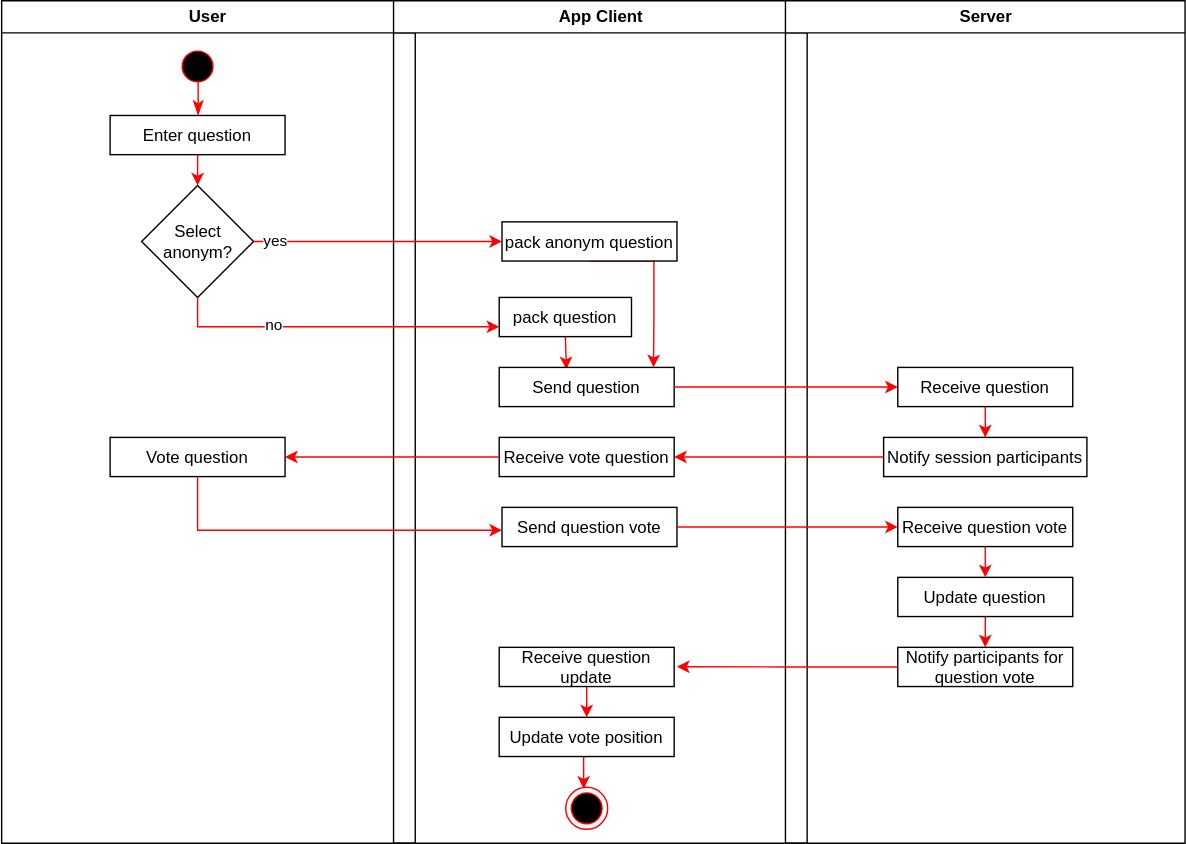
MaxiLambda/LectureFeed keeps this draw.io diagram as docs/use-cases/activity_diagrams/participate_in_a_session.svg. Above is the earlier version. Source tidied: cells renumbered, new cells last; positions are measured from the earlier drawing's top-left corner, leaving out a move shared by most shapes. Its diagram source:
```xml
<mxGraphModel>
  <root>
    <mxCell id="0" />
    <mxCell id="1" parent="0" />
    <mxCell id="2" value="User" style="swimlane;whiteSpace=wrap;" parent="1" vertex="1">
      <mxGeometry x="0.5" width="295.5" height="602" as="geometry" />
    </mxCell>
    <mxCell id="3" style="ellipse;shape=startState;fillColor=#000000;strokeColor=#ff0000;" parent="2" vertex="1">
      <mxGeometry x="125" y="32" width="30" height="30" as="geometry" />
    </mxCell>
    <mxCell id="4" style="edgeStyle=elbowEdgeStyle;elbow=horizontal;verticalAlign=bottom;endArrow=classicThin;endSize=8;endFill=1;rounded=1;strokeColor=#FF0000;exitX=0.513;exitY=0.85;exitDx=0;exitDy=0;exitPerimeter=0;entryX=0.5;entryY=0;entryDx=0;entryDy=0;" parent="2" edge="1" source="3" target="6">
      <mxGeometry x="100" y="40" as="geometry" />
    </mxCell>
    <mxCell id="5" style="edgeStyle=orthogonalEdgeStyle;rounded=0;jettySize=auto;html=1;entryX=0.5;entryY=0;entryDx=0;entryDy=0;strokeColor=#FF0000;" parent="2" edge="1" source="6" target="7">
      <mxGeometry relative="1" as="geometry" />
    </mxCell>
    <mxCell id="6" value="Enter question" parent="2" vertex="1">
      <mxGeometry x="77.5" y="82" width="125" height="28" as="geometry" />
    </mxCell>
    <mxCell id="7" value="Select anonym?" style="rhombus;whiteSpace=wrap;html=1;" parent="2" vertex="1">
      <mxGeometry x="100" y="132" width="80" height="80" as="geometry" />
    </mxCell>
    <mxCell id="8" value="Vote question" parent="2" vertex="1">
      <mxGeometry x="77.5" y="312" width="125" height="28" as="geometry" />
    </mxCell>
    <mxCell id="9" value="App Client" style="swimlane;whiteSpace=wrap;startSize=23;" parent="1" vertex="1">
      <mxGeometry x="280.5" width="295.5" height="602" as="geometry" />
    </mxCell>
    <mxCell id="10" style="ellipse;html=1;shape=endState;fillColor=#000000;strokeColor=#ff0000;" parent="9" vertex="1">
      <mxGeometry x="123" y="562" width="30" height="30" as="geometry" />
    </mxCell>
    <mxCell id="11" style="edgeStyle=orthogonalEdgeStyle;rounded=0;jettySize=auto;html=1;exitX=0.5;exitY=1;exitDx=0;exitDy=0;entryX=0.882;entryY=-0.002;entryDx=0;entryDy=0;entryPerimeter=0;strokeColor=#FF0000;" parent="9" edge="1" source="12" target="15">
      <mxGeometry relative="1" as="geometry">
        <Array as="points">
          <mxPoint x="186" y="186" />
          <mxPoint x="186" y="224" />
        </Array>
      </mxGeometry>
    </mxCell>
    <mxCell id="12" value="pack anonym question" parent="9" vertex="1">
      <mxGeometry x="77.5" y="158" width="125" height="28" as="geometry" />
    </mxCell>
    <mxCell id="13" style="edgeStyle=orthogonalEdgeStyle;rounded=0;jettySize=auto;html=1;exitX=0.5;exitY=1;exitDx=0;exitDy=0;entryX=0.384;entryY=0.048;entryDx=0;entryDy=0;entryPerimeter=0;strokeColor=#FF0000;" parent="9" edge="1" source="14" target="15">
      <mxGeometry relative="1" as="geometry" />
    </mxCell>
    <mxCell id="14" value="pack question" parent="9" vertex="1">
      <mxGeometry x="75.5" y="212" width="94.5" height="28" as="geometry" />
    </mxCell>
    <mxCell id="15" value="Send question" parent="9" vertex="1">
      <mxGeometry x="75.5" y="262" width="125" height="28" as="geometry" />
    </mxCell>
    <mxCell id="16" value="Receive vote question" parent="9" vertex="1">
      <mxGeometry x="75.5" y="312" width="125" height="28" as="geometry" />
    </mxCell>
    <mxCell id="17" value="Send question vote" parent="9" vertex="1">
      <mxGeometry x="77.5" y="362" width="125" height="28" as="geometry" />
    </mxCell>
    <mxCell id="18" style="edgeStyle=orthogonalEdgeStyle;rounded=0;jettySize=auto;html=1;exitX=0.5;exitY=1;exitDx=0;exitDy=0;entryX=0.5;entryY=0;entryDx=0;entryDy=0;strokeColor=#FF0000;" parent="9" edge="1" source="19" target="21">
      <mxGeometry relative="1" as="geometry" />
    </mxCell>
    <mxCell id="19" value="Receive question &#10;update" parent="9" vertex="1">
      <mxGeometry x="75.5" y="462" width="125" height="28" as="geometry" />
    </mxCell>
    <mxCell id="20" style="edgeStyle=orthogonalEdgeStyle;rounded=0;jettySize=auto;html=1;exitX=0.5;exitY=1;exitDx=0;exitDy=0;entryX=0.428;entryY=0.035;entryDx=0;entryDy=0;entryPerimeter=0;strokeColor=#FF0000;" parent="9" edge="1" source="21" target="10">
      <mxGeometry relative="1" as="geometry">
        <Array as="points">
          <mxPoint x="136" y="540" />
        </Array>
      </mxGeometry>
    </mxCell>
    <mxCell id="21" value="Update vote position" parent="9" vertex="1">
      <mxGeometry x="75.5" y="512" width="125" height="28" as="geometry" />
    </mxCell>
    <mxCell id="22" value="Server" style="swimlane;whiteSpace=wrap;startSize=23;" parent="1" vertex="1">
      <mxGeometry x="560.5" width="285.5" height="602" as="geometry" />
    </mxCell>
    <mxCell id="23" style="edgeStyle=orthogonalEdgeStyle;rounded=0;jettySize=auto;html=1;exitX=0.5;exitY=1;exitDx=0;exitDy=0;entryX=0.5;entryY=0;entryDx=0;entryDy=0;strokeColor=#FF0000;" parent="22" edge="1" source="24" target="25">
      <mxGeometry relative="1" as="geometry" />
    </mxCell>
    <mxCell id="24" value="Receive question" parent="22" vertex="1">
      <mxGeometry x="80.2" y="262" width="125" height="28" as="geometry" />
    </mxCell>
    <mxCell id="25" value="Notify session participants" parent="22" vertex="1">
      <mxGeometry x="70.1" y="312" width="145.2" height="28" as="geometry" />
    </mxCell>
    <mxCell id="26" style="edgeStyle=orthogonalEdgeStyle;rounded=0;jettySize=auto;html=1;exitX=0.5;exitY=1;exitDx=0;exitDy=0;entryX=0.5;entryY=0;entryDx=0;entryDy=0;strokeColor=#FF0000;" parent="22" edge="1" source="27" target="29">
      <mxGeometry relative="1" as="geometry" />
    </mxCell>
    <mxCell id="27" value="Receive question vote" parent="22" vertex="1">
      <mxGeometry x="80.2" y="362" width="125" height="28" as="geometry" />
    </mxCell>
    <mxCell id="28" style="edgeStyle=orthogonalEdgeStyle;rounded=0;jettySize=auto;html=1;exitX=0.5;exitY=1;exitDx=0;exitDy=0;entryX=0.5;entryY=0;entryDx=0;entryDy=0;strokeColor=#FF0000;" parent="22" edge="1" source="29" target="30">
      <mxGeometry relative="1" as="geometry" />
    </mxCell>
    <mxCell id="29" value="Update question" parent="22" vertex="1">
      <mxGeometry x="80.3" y="412" width="125" height="28" as="geometry" />
    </mxCell>
    <mxCell id="30" value="Notify participants for&#10;question vote" parent="22" vertex="1">
      <mxGeometry x="80.3" y="462" width="125" height="28" as="geometry" />
    </mxCell>
    <mxCell id="31" style="edgeStyle=orthogonalEdgeStyle;rounded=0;jettySize=auto;html=1;exitX=1;exitY=0.5;exitDx=0;exitDy=0;entryX=0;entryY=0.5;entryDx=0;entryDy=0;strokeColor=#FF0000;" parent="1" edge="1" source="7" target="12">
      <mxGeometry relative="1" as="geometry" />
    </mxCell>
    <mxCell id="32" value="yes" style="edgeLabel;html=1;align=center;verticalAlign=middle;" parent="31" vertex="1">
      <mxGeometry x="-0.83" relative="1" as="geometry" />
    </mxCell>
    <mxCell id="33" style="edgeStyle=orthogonalEdgeStyle;rounded=0;jettySize=auto;html=1;exitX=0.5;exitY=1;exitDx=0;exitDy=0;entryX=0;entryY=0.75;entryDx=0;entryDy=0;strokeColor=#FF0000;" parent="1" edge="1" source="7" target="14">
      <mxGeometry relative="1" as="geometry" />
    </mxCell>
    <mxCell id="34" value="no" style="edgeLabel;html=1;align=center;verticalAlign=middle;" parent="33" vertex="1">
      <mxGeometry x="-0.37" y="1" relative="1" as="geometry" />
    </mxCell>
    <mxCell id="35" style="edgeStyle=orthogonalEdgeStyle;rounded=0;jettySize=auto;html=1;exitX=1;exitY=0.5;exitDx=0;exitDy=0;entryX=0;entryY=0.5;entryDx=0;entryDy=0;strokeColor=#FF0000;" parent="1" edge="1" source="15" target="24">
      <mxGeometry relative="1" as="geometry" />
    </mxCell>
    <mxCell id="36" style="edgeStyle=orthogonalEdgeStyle;rounded=0;jettySize=auto;html=1;exitX=0;exitY=0.5;exitDx=0;exitDy=0;entryX=1;entryY=0.5;entryDx=0;entryDy=0;strokeColor=#FF0000;" parent="1" edge="1" source="25" target="16">
      <mxGeometry relative="1" as="geometry" />
    </mxCell>
    <mxCell id="37" style="edgeStyle=orthogonalEdgeStyle;rounded=0;jettySize=auto;html=1;exitX=0;exitY=0.5;exitDx=0;exitDy=0;entryX=1;entryY=0.5;entryDx=0;entryDy=0;strokeColor=#FF0000;" parent="1" edge="1" source="16" target="8">
      <mxGeometry relative="1" as="geometry" />
    </mxCell>
    <mxCell id="38" style="edgeStyle=orthogonalEdgeStyle;rounded=0;jettySize=auto;html=1;exitX=0.5;exitY=1;exitDx=0;exitDy=0;entryX=0;entryY=0.583;entryDx=0;entryDy=0;entryPerimeter=0;strokeColor=#FF0000;" parent="1" edge="1" source="8" target="17">
      <mxGeometry relative="1" as="geometry" />
    </mxCell>
    <mxCell id="39" style="edgeStyle=orthogonalEdgeStyle;rounded=0;jettySize=auto;html=1;exitX=1;exitY=0.5;exitDx=0;exitDy=0;entryX=0;entryY=0.5;entryDx=0;entryDy=0;strokeColor=#FF0000;" parent="1" edge="1" source="17" target="27">
      <mxGeometry relative="1" as="geometry" />
    </mxCell>
    <mxCell id="40" style="edgeStyle=orthogonalEdgeStyle;rounded=0;jettySize=auto;html=1;exitX=0;exitY=0.5;exitDx=0;exitDy=0;entryX=1.016;entryY=0.494;entryDx=0;entryDy=0;entryPerimeter=0;strokeColor=#FF0000;" parent="1" edge="1" source="30" target="19">
      <mxGeometry relative="1" as="geometry" />
    </mxCell>
  </root>
</mxGraphModel>
```
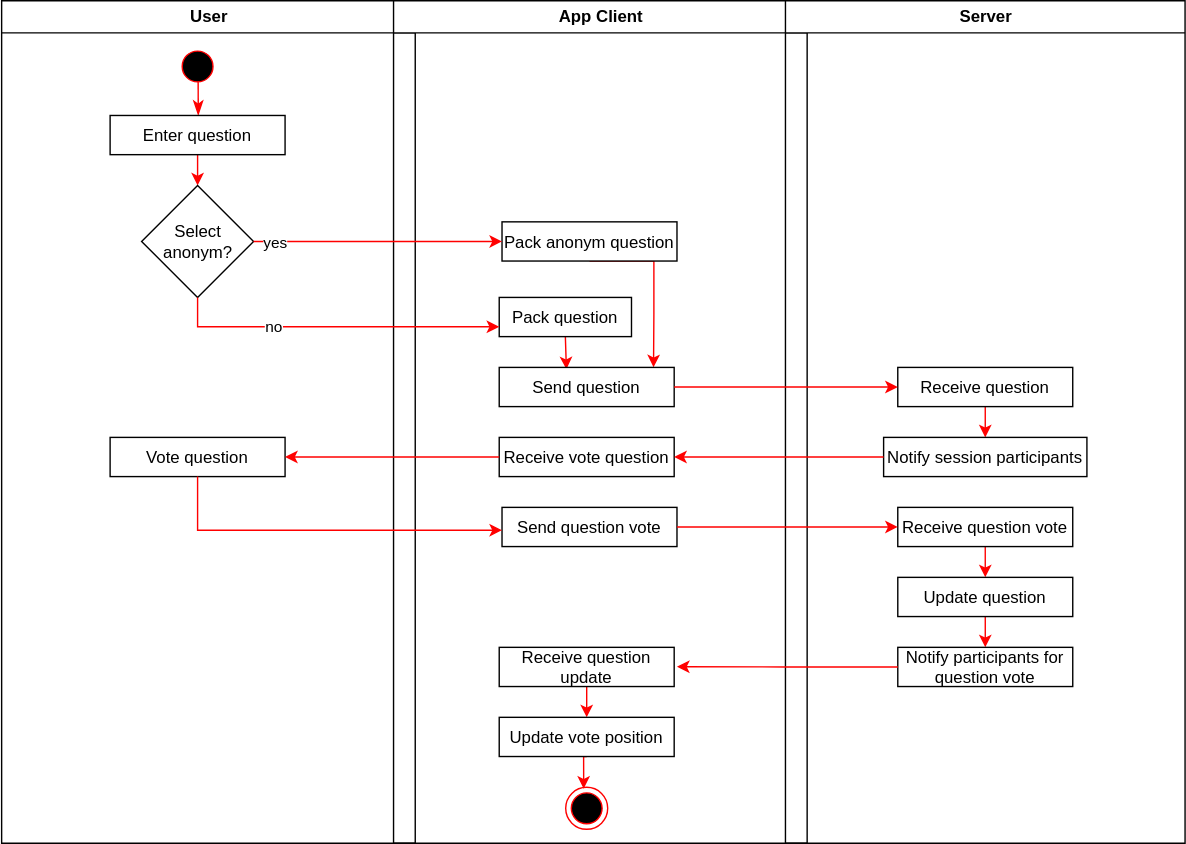
Later version of the same file.

What changed in the source:
```diff
@@ -37,13 +37,13 @@
         </Array>
       </mxGeometry>
     </mxCell>
-    <mxCell id="12" value="pack anonym question" parent="9" vertex="1">
+    <mxCell id="12" value="Pack anonym question" parent="9" vertex="1">
       <mxGeometry x="77.5" y="158" width="125" height="28" as="geometry" />
     </mxCell>
     <mxCell id="13" style="edgeStyle=orthogonalEdgeStyle;rounded=0;jettySize=auto;html=1;exitX=0.5;exitY=1;exitDx=0;exitDy=0;entryX=0.384;entryY=0.048;entryDx=0;entryDy=0;entryPerimeter=0;strokeColor=#FF0000;" parent="9" edge="1" source="14" target="15">
       <mxGeometry relative="1" as="geometry" />
     </mxCell>
-    <mxCell id="14" value="pack question" parent="9" vertex="1">
+    <mxCell id="14" value="Pack question" parent="9" vertex="1">
       <mxGeometry x="75.5" y="212" width="94.5" height="28" as="geometry" />
     </mxCell>
     <mxCell id="15" value="Send question" parent="9" vertex="1">
```
